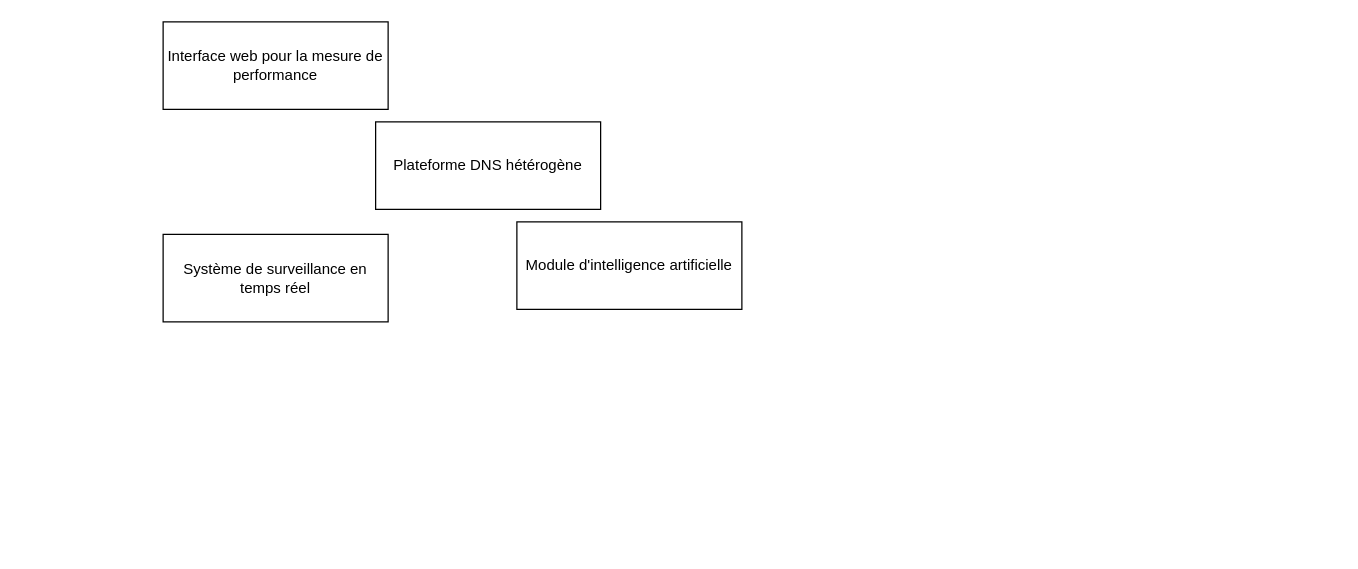
Before: Solution.drawio in eya-harbaoui/Diagramms, a draw.io diagram. Source tidied: cells renumbered, new cells numbered last; positions are measured from the earlier drawing's top-left corner, leaving out a move shared by most shapes. Both pictures are drawn from the tidied source at 125%, with x=0, y=0 at pixel (162, 21).
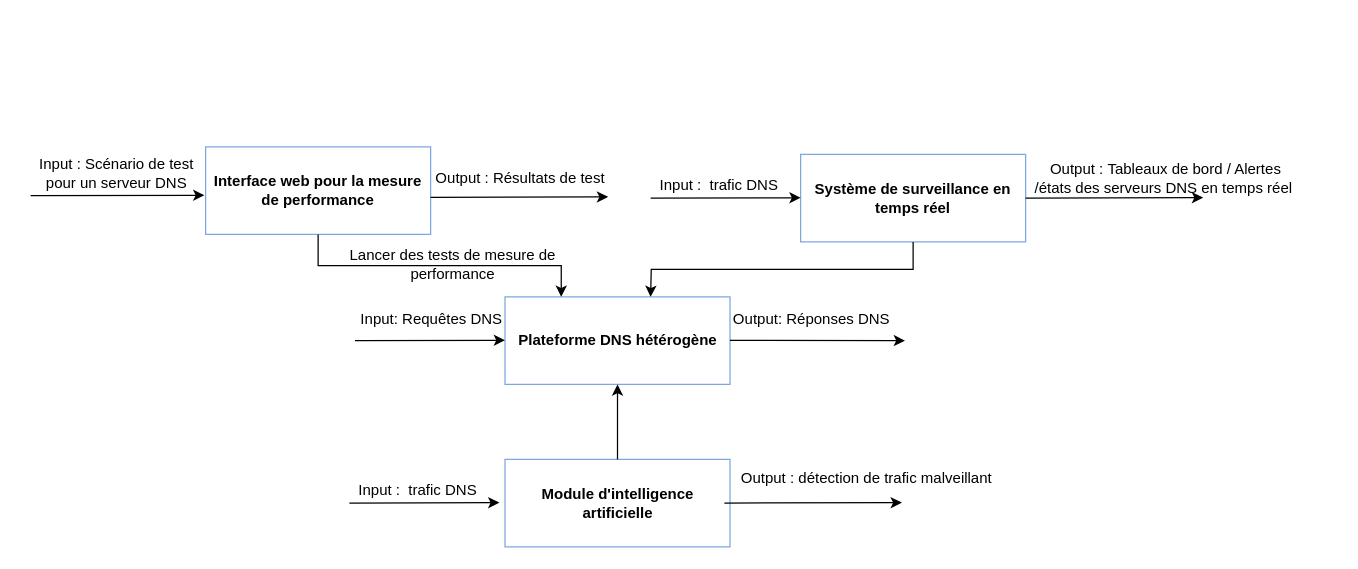
The same diagram, later.

Commit message (it also covers changes not shown here):
Mettre à jour Solution.drawio

Change to the diagram source:
```diff
@@
-    <mxCell id="2" value="Plateforme DNS hétérogène" style="rounded=0;whiteSpace=wrap;html=1;" parent="1" vertex="1">
-      <mxGeometry x="170" y="80" width="180" height="70" as="geometry" />
+    <mxCell id="2" value="&lt;b&gt;Plateforme DNS hétérogène&lt;/b&gt;" style="rounded=0;whiteSpace=wrap;html=1;strokeColor=#7EA6E0;" parent="1" vertex="1">
+      <mxGeometry x="273.5" y="220" width="180" height="70" as="geometry" />
     </mxCell>
-    <mxCell id="3" value="Interface web pour la mesure de performance" style="rounded=0;whiteSpace=wrap;html=1;" parent="1" vertex="1">
-      <mxGeometry width="180" height="70" as="geometry" />
+    <mxCell id="3" value="&lt;b&gt;Interface web pour la mesure de performance&lt;/b&gt;" style="rounded=0;whiteSpace=wrap;html=1;fillColor=#FFFFFF;strokeColor=#7EA6E0;" parent="1" vertex="1">
+      <mxGeometry x="34" y="100" width="180" height="70" as="geometry" />
     </mxCell>
-    <mxCell id="4" value="Système de surveillance en temps réel" style="rounded=0;whiteSpace=wrap;html=1;" parent="1" vertex="1">
-      <mxGeometry y="170" width="180" height="70" as="geometry" />
+    <mxCell id="4" value="&lt;b&gt;Système de surveillance en temps réel&lt;/b&gt;" style="rounded=0;whiteSpace=wrap;html=1;strokeColor=#7EA6E0;" parent="1" vertex="1">
+      <mxGeometry x="510" y="106" width="180" height="70" as="geometry" />
     </mxCell>
-    <mxCell id="5" value="Module d'intelligence artificielle" style="rounded=0;whiteSpace=wrap;html=1;" parent="1" vertex="1">
-      <mxGeometry x="283" y="160" width="180" height="70" as="geometry" />
+    <mxCell id="5" value="&lt;b&gt;Module d'intelligence artificielle&lt;/b&gt;" style="rounded=0;whiteSpace=wrap;html=1;strokeColor=#7EA6E0;" parent="1" vertex="1">
+      <mxGeometry x="273.5" y="350" width="180" height="70" as="geometry" />
     </mxCell>
+    <mxCell id="6" style="endArrow=classic;html=1;rounded=0;" parent="1" edge="1">
+      <mxGeometry relative="1" as="geometry">
+        <mxPoint x="153.5" y="255" as="sourcePoint" />
+        <mxPoint x="273.5" y="254.7" as="targetPoint" />
+      </mxGeometry>
+    </mxCell>
+    <mxCell id="7" style="endArrow=classic;html=1;rounded=0;" parent="1" edge="1">
+      <mxGeometry relative="1" as="geometry">
+        <mxPoint x="453.5" y="254.7" as="sourcePoint" />
+        <mxPoint x="593.5" y="255" as="targetPoint" />
+      </mxGeometry>
+    </mxCell>
+    <mxCell id="8" value="Input: Requêtes DNS" style="text;html=1;align=center;verticalAlign=middle;whiteSpace=wrap;rounded=0;" parent="1" vertex="1">
+      <mxGeometry x="150" y="223" width="130" height="30" as="geometry" />
+    </mxCell>
+    <mxCell id="9" value="Output: Réponses DNS" style="text;html=1;align=center;verticalAlign=middle;whiteSpace=wrap;rounded=0;" parent="1" vertex="1">
+      <mxGeometry x="453.5" y="223" width="130" height="30" as="geometry" />
+    </mxCell>
+    <mxCell id="10" style="endArrow=classic;html=1;rounded=0;" parent="1" edge="1">
+      <mxGeometry relative="1" as="geometry">
+        <mxPoint x="-106" y="139" as="sourcePoint" />
+        <mxPoint x="33" y="138.7" as="targetPoint" />
+      </mxGeometry>
+    </mxCell>
+    <mxCell id="11" value="Input : Scénario de test pour un serveur DNS" style="text;html=1;align=center;verticalAlign=middle;whiteSpace=wrap;rounded=0;" parent="1" vertex="1">
+      <mxGeometry x="-112" y="106" width="150" height="30" as="geometry" />
+    </mxCell>
+    <mxCell id="12" value="Output : Résultats de test" style="text;html=1;align=center;verticalAlign=middle;whiteSpace=wrap;rounded=0;" parent="1" vertex="1">
+      <mxGeometry x="216" y="110" width="140" height="30" as="geometry" />
+    </mxCell>
+    <mxCell id="13" style="endArrow=classic;html=1;rounded=0;entryX=1;entryY=1;entryDx=0;entryDy=0;" parent="1" edge="1" target="12">
+      <mxGeometry relative="1" as="geometry">
+        <mxPoint x="214" y="140.3" as="sourcePoint" />
+      </mxGeometry>
+    </mxCell>
+    <mxCell id="14" value="Input :&amp;nbsp; trafic DNS" style="text;html=1;align=center;verticalAlign=middle;whiteSpace=wrap;rounded=0;" parent="1" vertex="1">
+      <mxGeometry x="370" y="116" width="150" height="30" as="geometry" />
+    </mxCell>
+    <mxCell id="15" style="endArrow=classic;html=1;rounded=0;" parent="1" edge="1">
+      <mxGeometry relative="1" as="geometry">
+        <mxPoint x="390" y="141" as="sourcePoint" />
+        <mxPoint x="510" y="140.7" as="targetPoint" />
+      </mxGeometry>
+    </mxCell>
+    <mxCell id="16" style="endArrow=classic;html=1;rounded=0;entryX=1;entryY=1;entryDx=0;entryDy=0;" parent="1" edge="1">
+      <mxGeometry relative="1" as="geometry">
+        <mxPoint x="690" y="140.9" as="sourcePoint" />
+        <mxPoint x="832" y="140.6" as="targetPoint" />
+      </mxGeometry>
+    </mxCell>
+    <mxCell id="17" value="Output :&amp;nbsp;Tableaux de bord / Alertes&amp;nbsp;&lt;div&gt;/états des serveurs DNS en temps réel&amp;nbsp;&amp;nbsp;&lt;/div&gt;" style="text;html=1;align=center;verticalAlign=middle;whiteSpace=wrap;rounded=0;" parent="1" vertex="1">
+      <mxGeometry x="670" y="110" width="268" height="30" as="geometry" />
+    </mxCell>
+    <mxCell id="18" style="endArrow=classic;html=1;rounded=0;" parent="1" edge="1">
+      <mxGeometry relative="1" as="geometry">
+        <mxPoint x="149" y="384.9" as="sourcePoint" />
+        <mxPoint x="269" y="384.6" as="targetPoint" />
+      </mxGeometry>
+    </mxCell>
+    <mxCell id="19" value="Input :&amp;nbsp; trafic DNS" style="text;html=1;align=center;verticalAlign=middle;whiteSpace=wrap;rounded=0;" parent="1" vertex="1">
+      <mxGeometry x="129" y="360" width="150" height="30" as="geometry" />
+    </mxCell>
+    <mxCell id="20" value="Output : détection de trafic malveillant" style="text;html=1;align=center;verticalAlign=middle;whiteSpace=wrap;rounded=0;" parent="1" vertex="1">
+      <mxGeometry x="429" y="350" width="268" height="30" as="geometry" />
+    </mxCell>
+    <mxCell id="21" style="endArrow=classic;html=1;rounded=0;entryX=1;entryY=1;entryDx=0;entryDy=0;" parent="1" edge="1">
+      <mxGeometry relative="1" as="geometry">
+        <mxPoint x="449" y="384.9" as="sourcePoint" />
+        <mxPoint x="591" y="384.6" as="targetPoint" />
+      </mxGeometry>
+    </mxCell>
+    <mxCell id="22" style="endArrow=classic;html=1;rounded=0;exitX=0.5;exitY=1;exitDx=0;exitDy=0;entryX=0.25;entryY=0;entryDx=0;entryDy=0;edgeStyle=orthogonalEdgeStyle;" parent="1" edge="1" source="3" target="2">
+      <mxGeometry relative="1" as="geometry" />
+    </mxCell>
+    <mxCell id="23" value="Lancer des tests de mesure de performance" style="text;html=1;align=center;verticalAlign=middle;whiteSpace=wrap;rounded=0;" parent="1" vertex="1">
+      <mxGeometry x="124" y="179" width="216" height="30" as="geometry" />
+    </mxCell>
+    <mxCell id="24" style="endArrow=classic;html=1;rounded=0;exitX=0.5;exitY=1;exitDx=0;exitDy=0;edgeStyle=orthogonalEdgeStyle;" parent="1" edge="1" source="4">
+      <mxGeometry relative="1" as="geometry">
+        <mxPoint x="390" y="220" as="targetPoint" />
+      </mxGeometry>
+    </mxCell>
+    <mxCell id="25" style="endArrow=classic;html=1;rounded=0;entryX=0.5;entryY=1;entryDx=0;entryDy=0;exitX=0.5;exitY=0;exitDx=0;exitDy=0;" parent="1" edge="1" source="5" target="2">
+      <mxGeometry relative="1" as="geometry" />
+    </mxCell>
```
